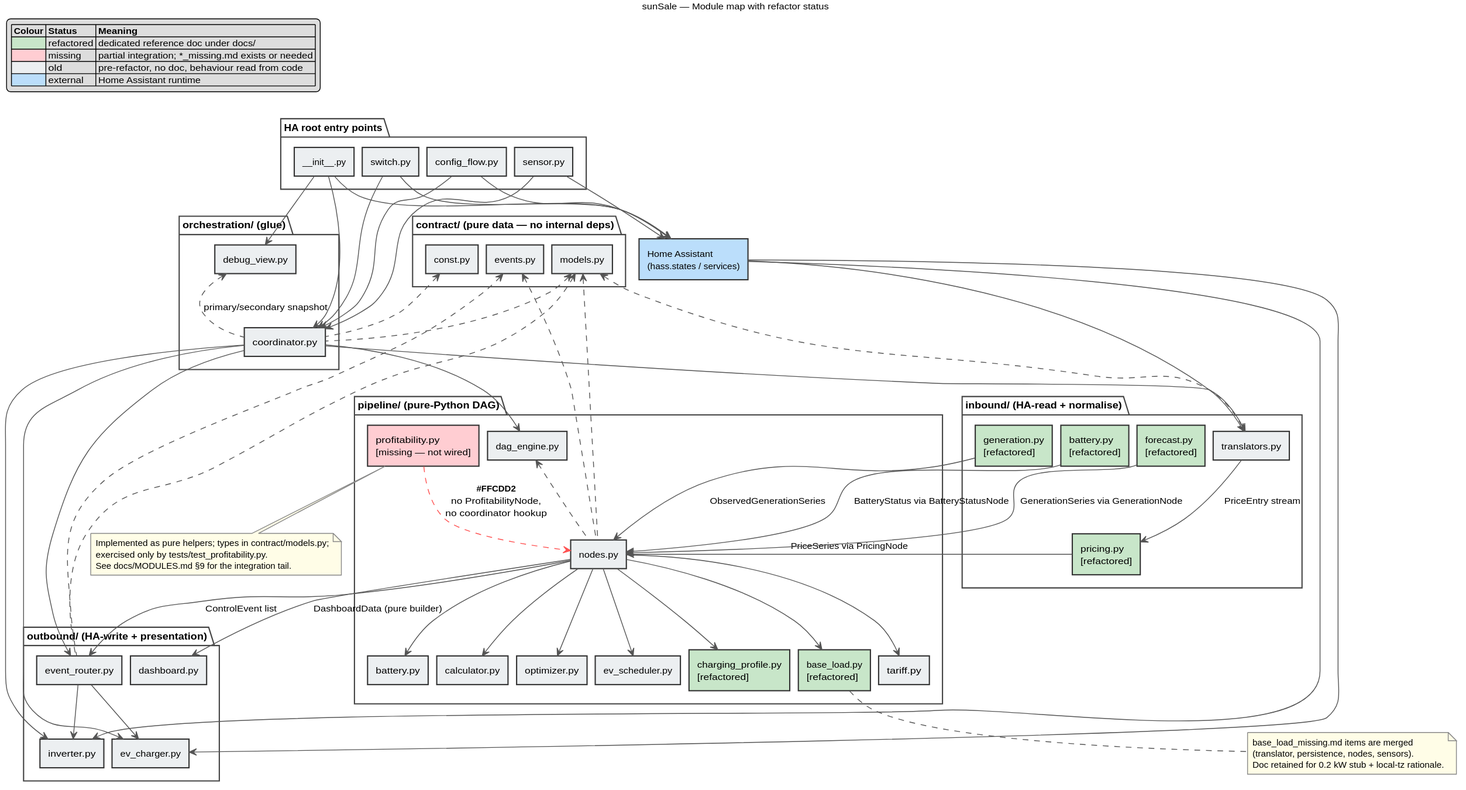
This is docs/sunSale_modules.svg from LaurisK/sun-sale, a PlantUML export, as it was before one commit. Source of this version:
```plantuml
@startuml sunSale_modules
title sunSale — Module map with refactor status

skinparam packageStyle rectangle
skinparam defaultFontSize 11
skinparam nodesep 10
skinparam ranksep 35
skinparam shadowing false

skinparam rectangle {
  FontSize 11
  BorderColor #333
}
skinparam package {
  BorderColor #444
  FontSize 12
  FontStyle bold
}
skinparam note {
  BackgroundColor #FFFDE7
  BorderColor #888
  FontSize 10
}
skinparam ArrowColor #555


legend top left
  | Colour | Status | Meaning |
  |<#C8E6C9>| refactored | dedicated reference doc under docs/ |
  |<#FFCDD2>| missing | partial integration; *_missing.md exists or needed |
  |<#ECEFF1>| old | pre-refactor, no doc, behaviour read from code |
  |<#BBDEFB>| external | Home Assistant runtime |
endlegend

rectangle "Home Assistant\n(hass.states / services)" as HA #BBDEFB

package "contract/  (pure data — no internal deps)" {
  rectangle "const.py"  as C_const  #ECEFF1
  rectangle "events.py" as C_events #ECEFF1
  rectangle "models.py" as C_models #ECEFF1
}

package "inbound/  (HA-read + normalise)" {
  rectangle "translators.py"        as I_trans #ECEFF1
  rectangle "pricing.py\n[refactored]"     as I_price   #C8E6C9
  rectangle "forecast.py\n[refactored]"    as I_fc      #C8E6C9
  rectangle "generation.py\n[refactored]"  as I_gen     #C8E6C9
  rectangle "battery.py\n[refactored]"     as I_bat     #C8E6C9
}

package "pipeline/  (pure-Python DAG)" {
  rectangle "dag_engine.py"      as P_engine  #ECEFF1
  rectangle "nodes.py"           as P_nodes   #ECEFF1
  rectangle "tariff.py"          as P_tariff  #ECEFF1
  rectangle "battery.py"         as P_bat     #ECEFF1
  rectangle "calculator.py"      as P_calc    #ECEFF1
  rectangle "optimizer.py"       as P_opt     #ECEFF1
  rectangle "ev_scheduler.py"    as P_ev      #ECEFF1
  rectangle "charging_profile.py\n[refactored]" as P_cp  #C8E6C9
  rectangle "base_load.py\n[refactored]"        as P_bl  #C8E6C9
  rectangle "profitability.py\n[missing — not wired]" as P_prof #FFCDD2
}

package "outbound/  (HA-write + presentation)" {
  rectangle "event_router.py" as O_router #ECEFF1
  rectangle "inverter.py"     as O_inv    #ECEFF1
  rectangle "ev_charger.py"   as O_ev     #ECEFF1
  rectangle "dashboard.py"    as O_dash   #ECEFF1
}

package "orchestration/  (glue)" {
  rectangle "coordinator.py" as ORCH_coord #ECEFF1
  rectangle "debug_view.py"  as ORCH_dbg   #ECEFF1
}

package "HA root entry points" {
  rectangle "__init__.py"   as R_init   #ECEFF1
  rectangle "config_flow.py" as R_cfg   #ECEFF1
  rectangle "sensor.py"     as R_sens   #ECEFF1
  rectangle "switch.py"     as R_sw     #ECEFF1
}


HA --> I_trans
HA --> O_inv
HA --> O_ev
R_init --> HA
R_cfg  --> HA
R_sens --> HA
R_sw   --> HA

C_models <.. I_trans
C_models <.. P_nodes
C_models <.. O_router
C_models <.. ORCH_coord
C_const  <.. ORCH_coord
C_events <.. P_nodes
C_events <.. O_router

I_trans  --> I_price : "PriceEntry stream"
I_price  --> P_nodes  : "PriceSeries via PricingNode"
I_fc     --> P_nodes  : "GenerationSeries via GenerationNode"
I_gen    --> P_nodes  : "ObservedGenerationSeries"
I_bat    --> P_nodes  : "BatteryStatus via BatteryStatusNode"

P_engine <.. P_nodes
P_nodes  --> P_tariff
P_nodes  --> P_bat
P_nodes  --> P_calc
P_nodes  --> P_opt
P_nodes  --> P_ev
P_nodes  --> P_cp
P_nodes  --> P_bl

P_prof ..> P_nodes #FF5252 : "**#FFCDD2**\nno ProfitabilityNode,\nno coordinator hookup"

P_nodes --> O_router : "ControlEvent list"
O_router --> O_inv
O_router --> O_ev
P_nodes --> O_dash    : "DashboardData (pure builder)"

ORCH_coord --> I_trans
ORCH_coord --> P_engine
ORCH_coord --> O_router
ORCH_coord --> O_inv
ORCH_coord --> O_ev
ORCH_dbg   <.. ORCH_coord : "primary/secondary snapshot"

R_init  --> ORCH_coord
R_init  --> ORCH_dbg
R_sens  --> ORCH_coord
R_sw    --> ORCH_coord
R_cfg   --> ORCH_coord

note bottom of P_prof
  Implemented as pure helpers; types in contract/models.py;
  exercised only by tests/test_profitability.py.
  See docs/MODULES.md §9 for the integration tail.
end note

note bottom of P_bl
  base_load_missing.md items are merged
  (translator, persistence, nodes, sensors).
  Doc retained for 0.2 kW stub + local-tz rationale.
end note

@enduml
```
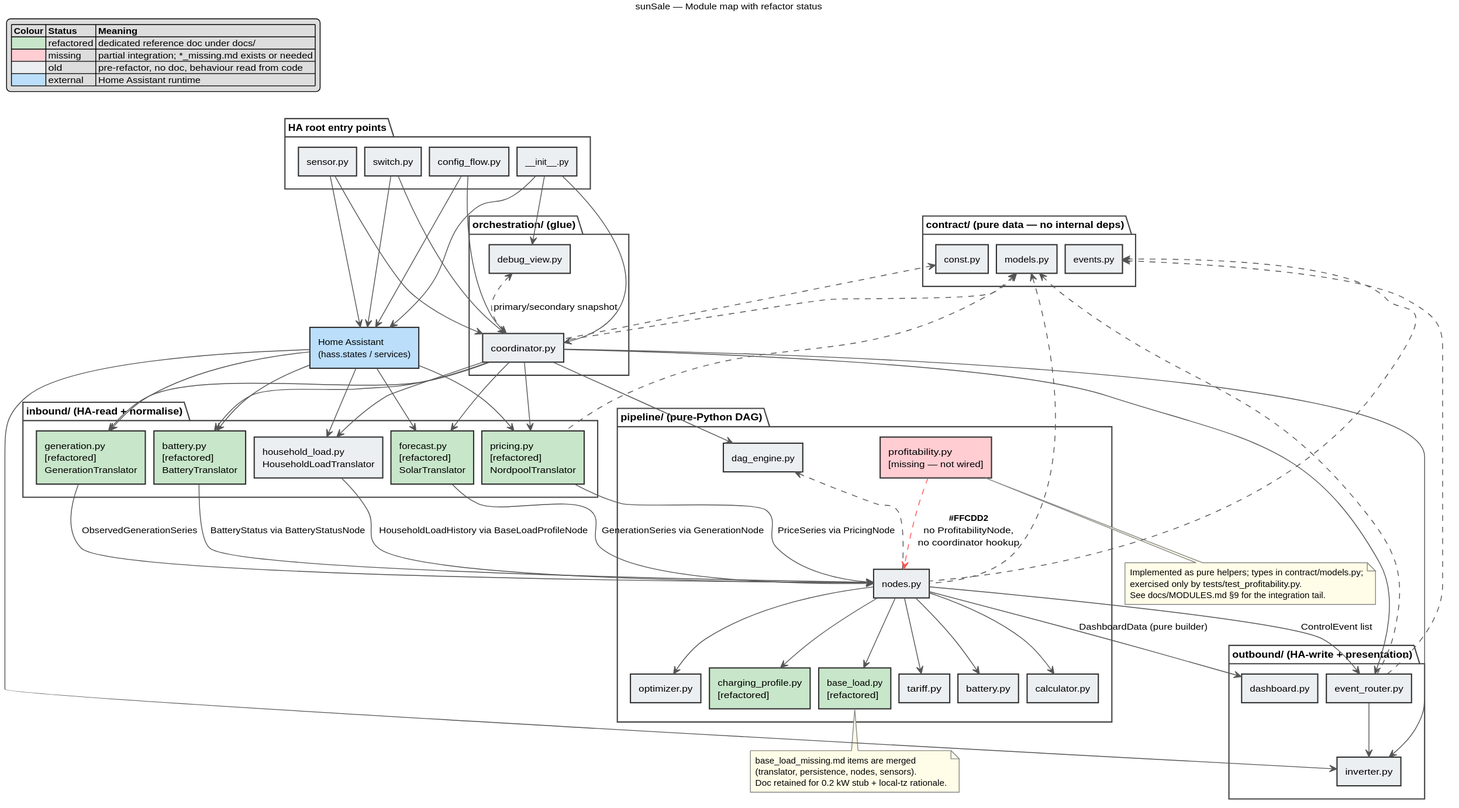
After the change.

The edit, as a diff of the source:
```diff
@@ -41,11 +41,11 @@
 }
 
 package "inbound/  (HA-read + normalise)" {
-  rectangle "translators.py"        as I_trans #ECEFF1
-  rectangle "pricing.py\n[refactored]"     as I_price   #C8E6C9
-  rectangle "forecast.py\n[refactored]"    as I_fc      #C8E6C9
-  rectangle "generation.py\n[refactored]"  as I_gen     #C8E6C9
-  rectangle "battery.py\n[refactored]"     as I_bat     #C8E6C9
+  rectangle "pricing.py\n[refactored]\nNordpoolTranslator"        as I_price   #C8E6C9
+  rectangle "forecast.py\n[refactored]\nSolarTranslator"          as I_fc      #C8E6C9
+  rectangle "generation.py\n[refactored]\nGenerationTranslator"   as I_gen     #C8E6C9
+  rectangle "battery.py\n[refactored]\nBatteryTranslator"         as I_bat     #C8E6C9
+  rectangle "household_load.py\nHouseholdLoadTranslator"          as I_hh      #ECEFF1
 }
 
 package "pipeline/  (pure-Python DAG)" {
@@ -55,7 +55,6 @@
   rectangle "battery.py"         as P_bat     #ECEFF1
   rectangle "calculator.py"      as P_calc    #ECEFF1
   rectangle "optimizer.py"       as P_opt     #ECEFF1
-  rectangle "ev_scheduler.py"    as P_ev      #ECEFF1
   rectangle "charging_profile.py\n[refactored]" as P_cp  #C8E6C9
   rectangle "base_load.py\n[refactored]"        as P_bl  #C8E6C9
   rectangle "profitability.py\n[missing — not wired]" as P_prof #FFCDD2
@@ -64,7 +63,6 @@
 package "outbound/  (HA-write + presentation)" {
   rectangle "event_router.py" as O_router #ECEFF1
   rectangle "inverter.py"     as O_inv    #ECEFF1
-  rectangle "ev_charger.py"   as O_ev     #ECEFF1
   rectangle "dashboard.py"    as O_dash   #ECEFF1
 }
 
@@ -81,15 +79,18 @@
 }
 
 
-HA --> I_trans
+HA --> I_price
+HA --> I_fc
+HA --> I_gen
+HA --> I_bat
+HA --> I_hh
 HA --> O_inv
-HA --> O_ev
 R_init --> HA
 R_cfg  --> HA
 R_sens --> HA
 R_sw   --> HA
 
-C_models <.. I_trans
+C_models <.. I_price
 C_models <.. P_nodes
 C_models <.. O_router
 C_models <.. ORCH_coord
@@ -97,18 +98,17 @@
 C_events <.. P_nodes
 C_events <.. O_router
 
-I_trans  --> I_price : "PriceEntry stream"
 I_price  --> P_nodes  : "PriceSeries via PricingNode"
 I_fc     --> P_nodes  : "GenerationSeries via GenerationNode"
 I_gen    --> P_nodes  : "ObservedGenerationSeries"
 I_bat    --> P_nodes  : "BatteryStatus via BatteryStatusNode"
+I_hh     --> P_nodes  : "HouseholdLoadHistory via BaseLoadProfileNode"
 
 P_engine <.. P_nodes
 P_nodes  --> P_tariff
 P_nodes  --> P_bat
 P_nodes  --> P_calc
 P_nodes  --> P_opt
-P_nodes  --> P_ev
 P_nodes  --> P_cp
 P_nodes  --> P_bl
 
@@ -116,14 +116,16 @@
 
 P_nodes --> O_router : "ControlEvent list"
 O_router --> O_inv
-O_router --> O_ev
 P_nodes --> O_dash    : "DashboardData (pure builder)"
 
-ORCH_coord --> I_trans
+ORCH_coord --> I_price
+ORCH_coord --> I_fc
+ORCH_coord --> I_gen
+ORCH_coord --> I_bat
+ORCH_coord --> I_hh
 ORCH_coord --> P_engine
 ORCH_coord --> O_router
 ORCH_coord --> O_inv
-ORCH_coord --> O_ev
 ORCH_dbg   <.. ORCH_coord : "primary/secondary snapshot"
 
 R_init  --> ORCH_coord
```
